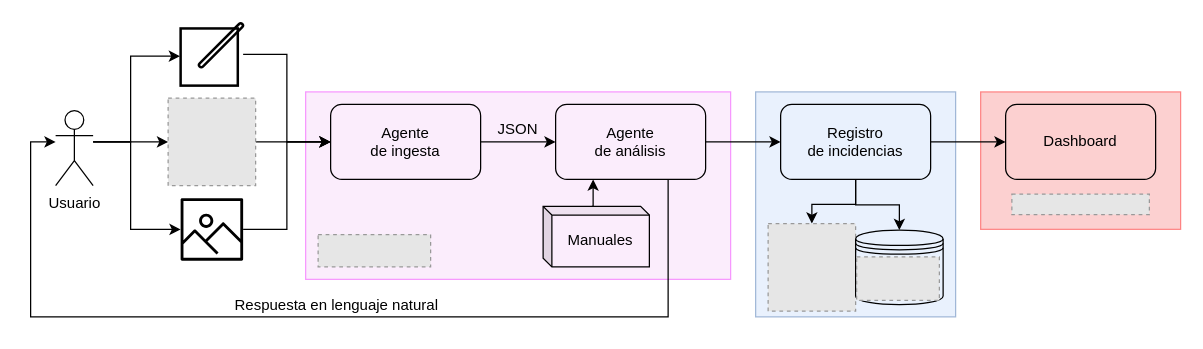
Before: imgs/arquitectura/arquitectura.drawio in jmtc7/unir_q2a3_tfm, a draw.io diagram. Source tidied: cells renumbered, new cells numbered last; positions are measured from the earlier drawing's top-left corner, leaving out a move shared by most shapes. Both pictures are drawn from the tidied source at 125%, with x=0, y=0 at pixel (30, 22). Pictures stored in the file or linked from it are replaced by grey dashed boxes.
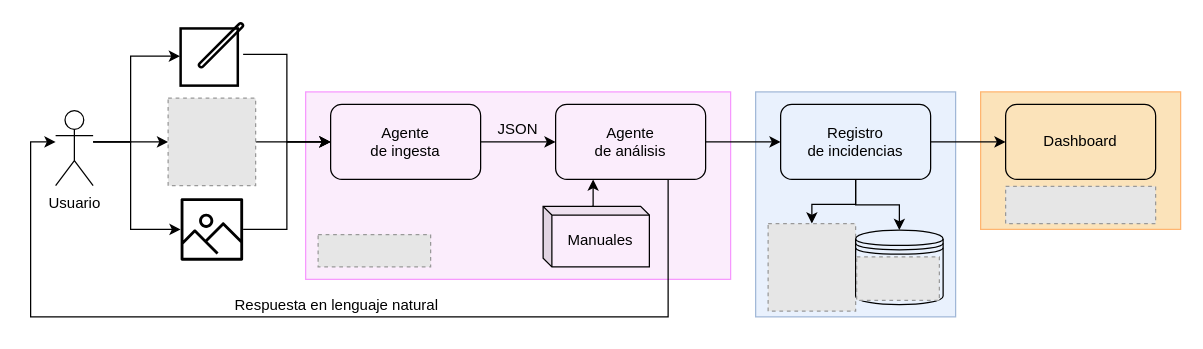
After the change.

Commit message (it also covers changes not shown here):
Cambiar Streamlit por Grafana en diagrama arquitectura

What changed in the source:
```diff
@@
-    <mxCell id="2" style="rounded=0;whiteSpace=wrap;html=1;fillColor=#F0151533;strokeColor=#FF262680;perimeterSpacing=3;" parent="1" vertex="1">
+    <mxCell id="2" style="rounded=0;whiteSpace=wrap;html=1;fillColor=#F0A21C4D;strokeColor=#FFB570;perimeterSpacing=3;" parent="1" vertex="1">
       <mxGeometry x="760" y="55" width="160" height="110" as="geometry" />
     </mxCell>
@@
-    <mxCell id="23" style="fillColor=#E6E6E6;strokeColor=#999999;dashed=1;verticalLabelPosition=bottom;labelBackgroundColor=default;verticalAlign=top;" parent="1" vertex="1">
-      <mxGeometry x="785" y="136.8" width="110" height="16.4" as="geometry" />
-    </mxCell>
@@
+    <mxCell id="34" style="fillColor=#E6E6E6;strokeColor=#999999;dashed=1;verticalLabelPosition=bottom;labelBackgroundColor=default;verticalAlign=top;" parent="1" vertex="1">
+      <mxGeometry x="780" y="130.6" width="120" height="29.8" as="geometry" />
+    </mxCell>
```
